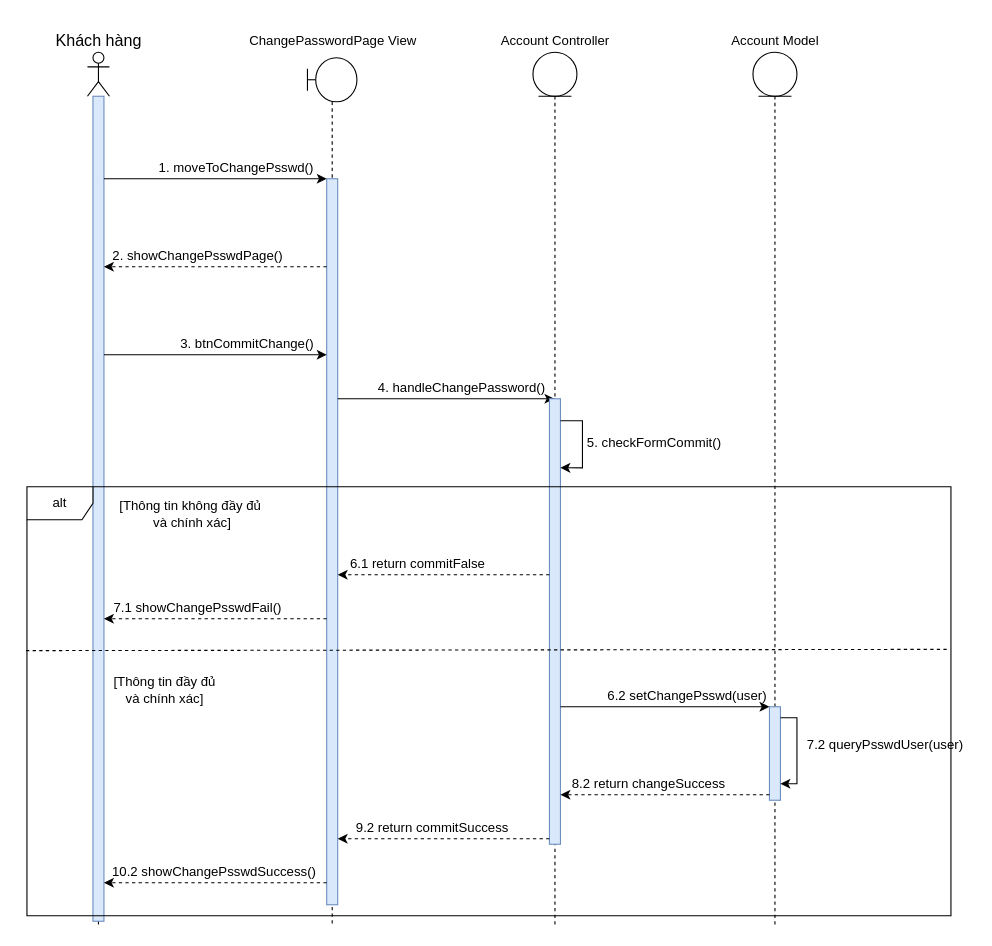
This is Nam3_HK1/CNPM_SoftTech/Sequence Diagrams/Linh Quân/SD_ĐổiMậtKhẩu.drawio from EdgarIgnite16/SGU-Course, a draw.io file, before an edit. Source tidied: cells renumbered, new cells numbered last; positions are measured from the earlier drawing's top-left corner, leaving out a move shared by most shapes. Both pictures are drawn from the tidied source at 110%, with x=0, y=0 at pixel (26, 24).
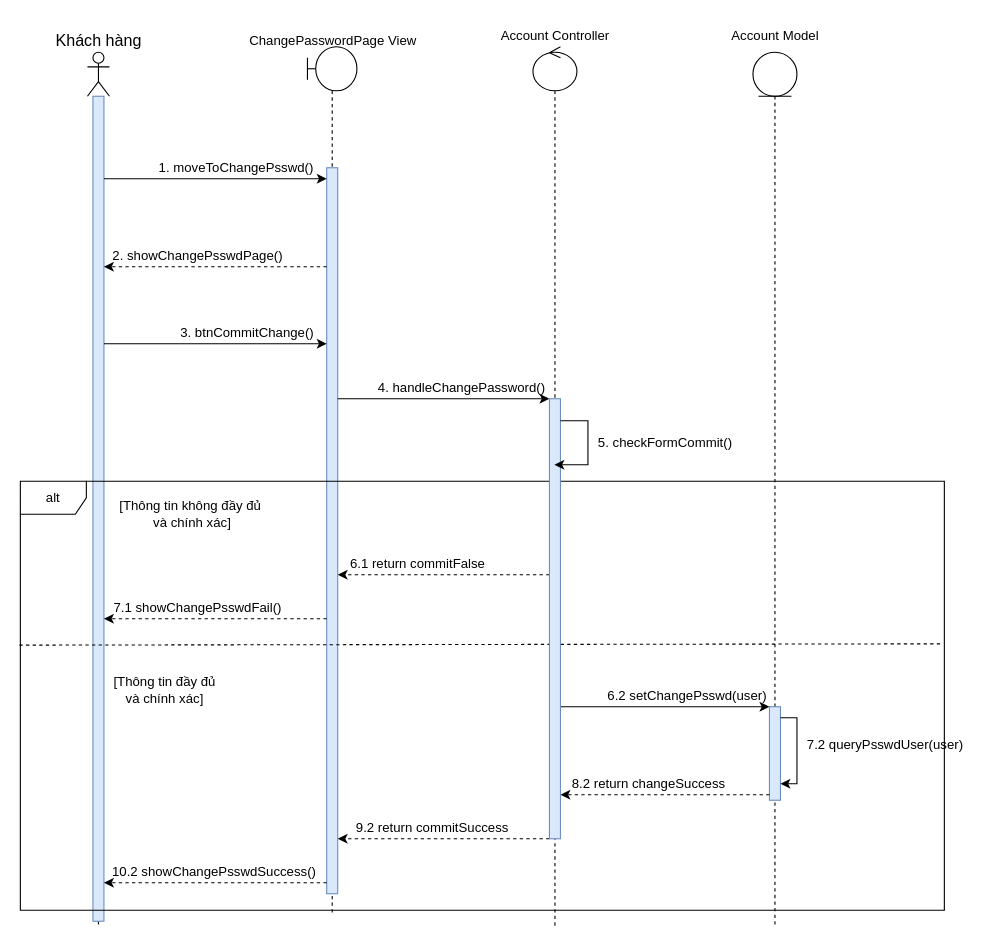
The same diagram, later.

Unchanged cells that the change refers to:
```xml
<mxCell id="6" style="html=1;points=[];perimeter=orthogonalPerimeter;fillColor=#dae8fc;strokeColor=#6c8ebf;" parent="5" vertex="1">
  <mxGeometry x="17.5" y="110" width="10" height="660" as="geometry" />
</mxCell>
```

Diff of the diagram source:
```diff
@@
     <mxCell id="5" style="shape=umlLifeline;participant=umlBoundary;perimeter=lifelinePerimeter;whiteSpace=wrap;html=1;verticalAlign=top;spacingTop=36;" parent="1" vertex="1">
-      <mxGeometry x="255" y="30" width="45" height="790" as="geometry" />
+      <mxGeometry x="255" y="20" width="45" height="790" as="geometry" />
     </mxCell>
@@
     <mxCell id="9" value="Account&amp;nbsp;Controller" style="text;html=1;align=center;verticalAlign=middle;strokeColor=none;fillColor=none;" parent="1" vertex="1">
-      <mxGeometry x="420" width="120" height="30" as="geometry" />
+      <mxGeometry x="420" y="-5" width="120" height="30" as="geometry" />
     </mxCell>
@@
     <mxCell id="13" value="Account Model" style="text;html=1;align=center;verticalAlign=middle;strokeColor=none;fillColor=none;" parent="1" vertex="1">
-      <mxGeometry x="630" width="100" height="30" as="geometry" />
+      <mxGeometry x="630" y="-5" width="100" height="30" as="geometry" />
     </mxCell>
@@
     <mxCell id="18" value="3. btnCommitChange()" style="text;html=1;align=center;verticalAlign=middle;strokeColor=none;fillColor=none;" parent="1" vertex="1">
-      <mxGeometry x="130" y="280" width="140" height="20" as="geometry" />
+      <mxGeometry x="130" y="270" width="140" height="20" as="geometry" />
     </mxCell>
@@
-    <mxCell id="20" style="edgeStyle=orthogonalEdgeStyle;rounded=0;jettySize=auto;html=1;" parent="1" edge="1" source="6" target="21">
+    <mxCell id="20" style="edgeStyle=orthogonalEdgeStyle;rounded=0;jettySize=auto;html=1;" parent="1" edge="1" source="6" target="22">
       <mxGeometry relative="1" as="geometry">
         <Array as="points">
-          <mxPoint x="410" y="340" />
-          <mxPoint x="410" y="340" />
+          <mxPoint x="340" y="340" />
+          <mxPoint x="340" y="340" />
         </Array>
       </mxGeometry>
     </mxCell>
-    <mxCell id="21" style="shape=umlLifeline;participant=umlEntity;perimeter=lifelinePerimeter;whiteSpace=wrap;html=1;verticalAlign=top;spacingTop=36;outlineConnect=0;" parent="1" vertex="1">
-      <mxGeometry x="460" y="25" width="40" height="795" as="geometry" />
-    </mxCell>
-    <mxCell id="22" style="html=1;points=[];perimeter=orthogonalPerimeter;fillColor=#dae8fc;strokeColor=#6c8ebf;" parent="21" vertex="1">
-      <mxGeometry x="15" y="315" width="10" height="405" as="geometry" />
-    </mxCell>
-    <mxCell id="23" style="edgeStyle=orthogonalEdgeStyle;rounded=0;orthogonalLoop=1;jettySize=auto;html=1;entryX=1;entryY=0.155;entryDx=0;entryDy=0;entryPerimeter=0;" parent="21" edge="1" source="22" target="22">
-      <mxGeometry relative="1" as="geometry">
-        <Array as="points">
-          <mxPoint x="45" y="335" />
-          <mxPoint x="45" y="378" />
-          <mxPoint x="25" y="378" />
-        </Array>
-      </mxGeometry>
-    </mxCell>
     <mxCell id="24" value="5. checkFormCommit()" style="text;html=1;align=center;verticalAlign=middle;strokeColor=none;fillColor=none;" parent="1" vertex="1">
-      <mxGeometry x="500" y="370" width="140" height="20" as="geometry" />
+      <mxGeometry x="510" y="370" width="140" height="20" as="geometry" />
     </mxCell>
@@
     <mxCell id="40" value="alt" style="shape=umlFrame;whiteSpace=wrap;html=1;" parent="1" vertex="1">
-      <mxGeometry y="420" width="840" height="390" as="geometry" />
+      <mxGeometry x="-6" y="415" width="840" height="390" as="geometry" />
     </mxCell>
@@
+    <mxCell id="42" style="shape=umlLifeline;participant=umlControl;perimeter=lifelinePerimeter;whiteSpace=wrap;html=1;verticalAlign=top;spacingTop=36;outlineConnect=0;" parent="1" vertex="1">
+      <mxGeometry x="460" y="20" width="40" height="800" as="geometry" />
+    </mxCell>
+    <mxCell id="22" style="html=1;points=[];perimeter=orthogonalPerimeter;fillColor=#dae8fc;strokeColor=#6c8ebf;" parent="42" vertex="1">
+      <mxGeometry x="15" y="320" width="10" height="400" as="geometry" />
+    </mxCell>
+    <mxCell id="43" style="edgeStyle=orthogonalEdgeStyle;rounded=0;jettySize=auto;html=1;" parent="42" edge="1" source="22" target="42">
+      <mxGeometry relative="1" as="geometry">
+        <Array as="points">
+          <mxPoint x="50" y="340" />
+          <mxPoint x="50" y="380" />
+        </Array>
+      </mxGeometry>
+    </mxCell>
```
